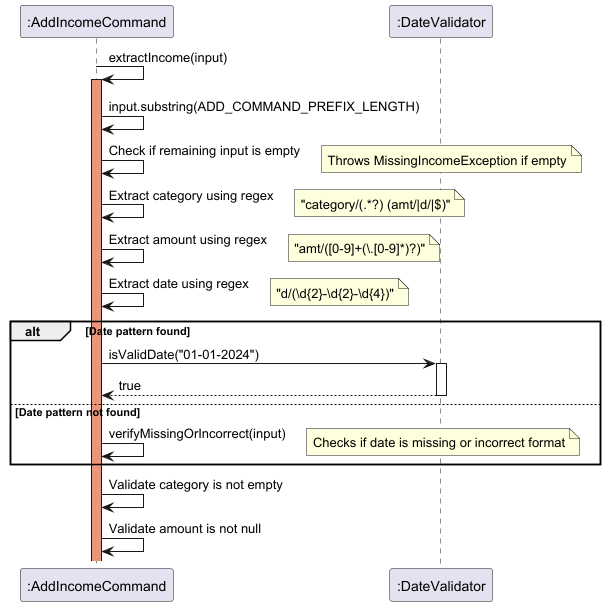
Before: docs/diagrams/addincome_sequene_infoextract.png, a diagram exported from PlantUML (thienkimtranhoang/tp). The source it was exported from:
```plantuml
@startuml
participant ":AddIncomeCommand" as AddCommand
participant ":DateValidator" as DateValidator

AddCommand -> AddCommand : extractIncome(input)
activate AddCommand #DarkSalmon

AddCommand -> AddCommand : input.substring(ADD_COMMAND_PREFIX_LENGTH)
AddCommand -> AddCommand : Check if remaining input is empty
note right: Throws MissingIncomeException if empty

AddCommand -> AddCommand : Extract category using regex
note right: "category/(.*?) (amt/|d/|$)"
AddCommand -> AddCommand : Extract amount using regex
note right: "amt/([0-9]+(\\.[0-9]*)?)"
AddCommand -> AddCommand : Extract date using regex
note right: "d/(\\d{2}-\\d{2}-\\d{4})"

alt Date pattern found
    AddCommand -> DateValidator : isValidDate("01-01-2024")
    activate DateValidator
    DateValidator --> AddCommand : true
    deactivate DateValidator
else Date pattern not found
    AddCommand -> AddCommand : verifyMissingOrIncorrect(input)
    note right: Checks if date is missing or incorrect format
end

AddCommand -> AddCommand : Validate category is not empty
AddCommand -> AddCommand : Validate amount is not null

@enduml
```
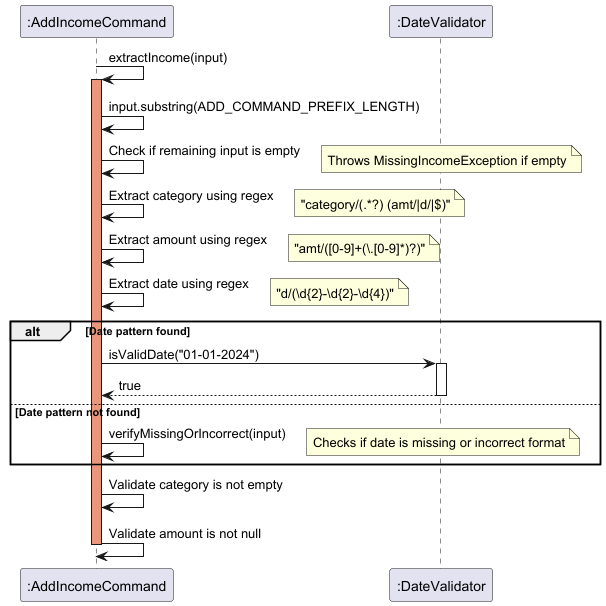
The same file after the commit.

Change to the diagram source:
```diff
@@ -29,4 +29,6 @@
 AddCommand -> AddCommand : Validate category is not empty
 AddCommand -> AddCommand : Validate amount is not null
 
+deactivate AddCommand
+
 @enduml
```
